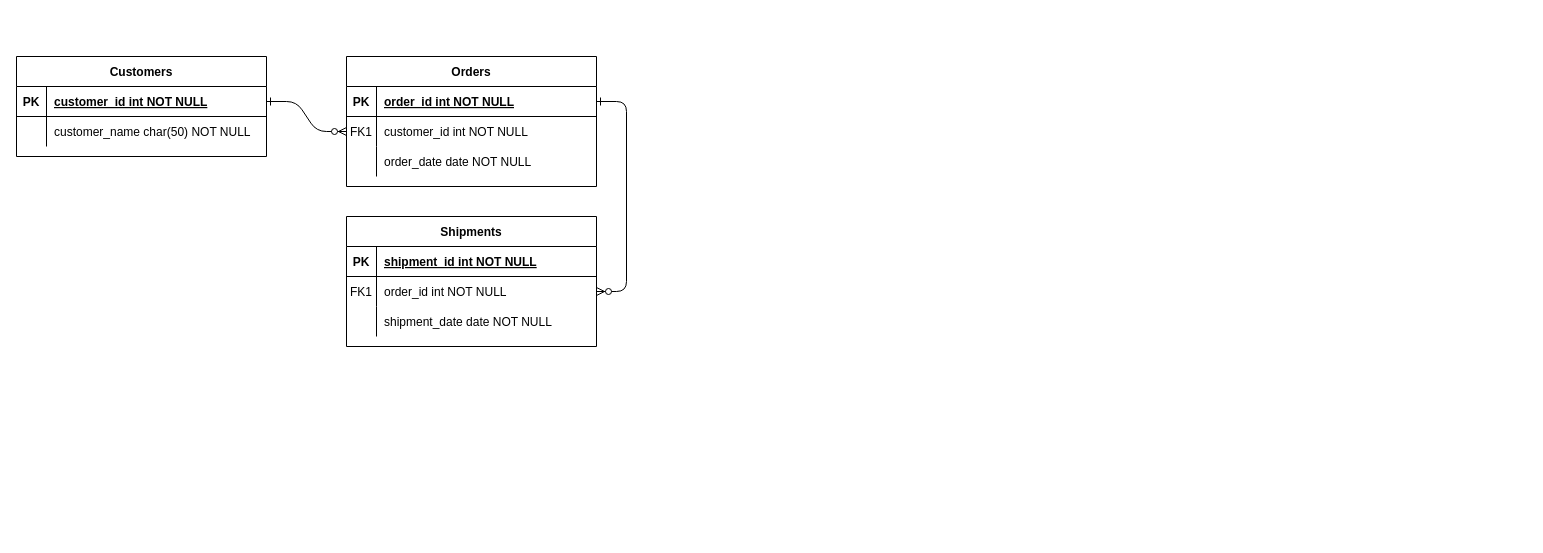
tty128/camp-manage-app keeps this draw.io diagram as Untitled Diagram.drawio. Above is the earlier version. Source tidied: cells renumbered, new cells numbered last; positions are measured from the earlier drawing's top-left corner, leaving out a move shared by most shapes. Both pictures are drawn from the tidied source at 100%, with x=0, y=0 at pixel (16, 56).
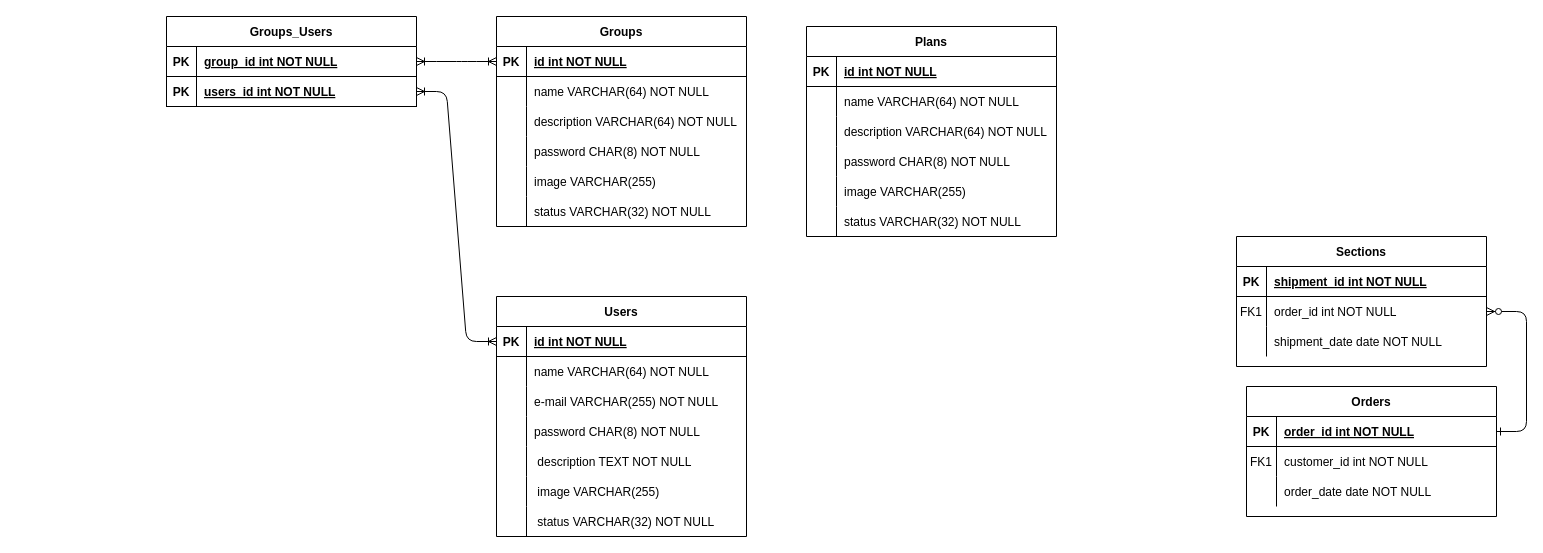
Above is the later version.

The change refers to these unchanged cells:
```xml
<mxCell id="8" style="shape=partialRectangle;fillColor=none;points=[[0,0.5],[1,0.5]];portConstraint=eastwest;top=0;left=0;right=0;bottom=0;" parent="4" vertex="1">
  <mxGeometry y="60" width="250" height="30" as="geometry" />
</mxCell>
<mxCell id="25" style="shape=partialRectangle;fillColor=none;points=[[0,0.5],[1,0.5]];portConstraint=eastwest;top=0;left=0;right=0;bottom=1;" parent="24" vertex="1">
  <mxGeometry y="30" width="250" height="30" as="geometry" />
</mxCell>
<mxCell id="28" style="shape=partialRectangle;fillColor=none;top=0;left=0;right=0;bottom=0;" parent="24" vertex="1">
  <mxGeometry y="60" width="250" height="30" as="geometry" />
</mxCell>
```

The edit, as a diff of the source:
```diff
@@
-    <mxCell id="2" style="edgeStyle=entityRelationEdgeStyle;endArrow=ERzeroToMany;startArrow=ERone;endFill=1;startFill=0;" parent="1" edge="1" source="25" target="8">
-      <mxGeometry relative="1" as="geometry" />
-    </mxCell>
@@
     <mxCell id="4" value="Orders" style="shape=table;startSize=30;childLayout=tableLayout;rowLines=0;fontStyle=1;align=center;" parent="1" vertex="1">
-      <mxGeometry x="330" width="250" height="130" as="geometry" />
+      <mxGeometry x="1230" y="330" width="250" height="130" as="geometry" />
     </mxCell>
@@
-    <mxCell id="14" value="Shipments" style="shape=table;startSize=30;childLayout=tableLayout;rowLines=0;fontStyle=1;align=center;" parent="1" vertex="1">
-      <mxGeometry x="330" y="160" width="250" height="130" as="geometry" />
+    <mxCell id="14" value="Sections" style="shape=table;startSize=30;childLayout=tableLayout;rowLines=0;fontStyle=1;align=center;" parent="1" vertex="1">
+      <mxGeometry x="1220" y="180" width="250" height="130" as="geometry" />
     </mxCell>
@@
-    <mxCell id="24" value="Customers" style="shape=table;startSize=30;childLayout=tableLayout;rowLines=0;fontStyle=1;align=center;" parent="1" vertex="1">
-      <mxGeometry width="250" height="100" as="geometry" />
+    <mxCell id="24" value="Users" style="shape=table;startSize=30;childLayout=tableLayout;rowLines=0;fontStyle=1;align=center;" parent="1" vertex="1">
+      <mxGeometry x="480" y="240" width="250" height="240" as="geometry" />
     </mxCell>
@@
-    <mxCell id="27" value="customer_id int NOT NULL " style="shape=partialRectangle;overflow=hidden;fillColor=none;top=0;left=0;bottom=0;right=0;align=left;spacingLeft=6;fontStyle=5;" parent="25" vertex="1">
+    <mxCell id="27" value="id int NOT NULL" style="shape=partialRectangle;overflow=hidden;fillColor=none;top=0;left=0;bottom=0;right=0;align=left;spacingLeft=6;fontStyle=5;" parent="25" vertex="1">
       <mxGeometry x="30" width="220" height="30" as="geometry" />
     </mxCell>
@@
-    <mxCell id="30" value="customer_name char(50) NOT NULL" style="shape=partialRectangle;overflow=hidden;fillColor=none;top=0;left=0;bottom=0;right=0;align=left;spacingLeft=6;" parent="28" vertex="1">
+    <mxCell id="30" value="name VARCHAR(64) NOT NULL" style="shape=partialRectangle;overflow=hidden;fillColor=none;top=0;left=0;bottom=0;right=0;align=left;spacingLeft=6;" parent="28" vertex="1">
       <mxGeometry x="30" width="220" height="30" as="geometry" />
     </mxCell>
+    <mxCell id="31" style="shape=partialRectangle;fillColor=none;top=0;left=0;right=0;bottom=0;" parent="24" vertex="1">
+      <mxGeometry y="90" width="250" height="30" as="geometry" />
+    </mxCell>
+    <mxCell id="32" style="shape=partialRectangle;overflow=hidden;fillColor=none;top=0;left=0;bottom=0;right=0;" parent="31" vertex="1">
+      <mxGeometry width="30" height="30" as="geometry" />
+    </mxCell>
+    <mxCell id="33" value="e-mail VARCHAR(255) NOT NULL" style="shape=partialRectangle;overflow=hidden;fillColor=none;top=0;left=0;bottom=0;right=0;align=left;spacingLeft=6;" parent="31" vertex="1">
+      <mxGeometry x="30" width="220" height="30" as="geometry" />
+    </mxCell>
+    <mxCell id="34" style="shape=partialRectangle;fillColor=none;top=0;left=0;right=0;bottom=0;" parent="24" vertex="1">
+      <mxGeometry y="120" width="250" height="30" as="geometry" />
+    </mxCell>
+    <mxCell id="35" style="shape=partialRectangle;overflow=hidden;fillColor=none;top=0;left=0;bottom=0;right=0;" parent="34" vertex="1">
+      <mxGeometry width="30" height="30" as="geometry" />
+    </mxCell>
+    <mxCell id="36" value="password CHAR(8) NOT NULL" style="shape=partialRectangle;overflow=hidden;fillColor=none;top=0;left=0;bottom=0;right=0;align=left;spacingLeft=6;" parent="34" vertex="1">
+      <mxGeometry x="30" width="220" height="30" as="geometry" />
+    </mxCell>
+    <mxCell id="37" style="shape=partialRectangle;fillColor=none;top=0;left=0;right=0;bottom=0;" parent="24" vertex="1">
+      <mxGeometry y="150" width="250" height="30" as="geometry" />
+    </mxCell>
+    <mxCell id="38" style="shape=partialRectangle;overflow=hidden;fillColor=none;top=0;left=0;bottom=0;right=0;" parent="37" vertex="1">
+      <mxGeometry width="30" height="30" as="geometry" />
+    </mxCell>
+    <mxCell id="39" value=" description TEXT NOT NULL" style="shape=partialRectangle;overflow=hidden;fillColor=none;top=0;left=0;bottom=0;right=0;align=left;spacingLeft=6;" parent="37" vertex="1">
+      <mxGeometry x="30" width="220" height="30" as="geometry" />
+    </mxCell>
+    <mxCell id="40" style="shape=partialRectangle;fillColor=none;top=0;left=0;right=0;bottom=0;" parent="24" vertex="1">
+      <mxGeometry y="180" width="250" height="30" as="geometry" />
+    </mxCell>
+    <mxCell id="41" style="shape=partialRectangle;overflow=hidden;fillColor=none;top=0;left=0;bottom=0;right=0;" parent="40" vertex="1">
+      <mxGeometry width="30" height="30" as="geometry" />
+    </mxCell>
+    <mxCell id="42" value=" image VARCHAR(255) " style="shape=partialRectangle;overflow=hidden;fillColor=none;top=0;left=0;bottom=0;right=0;align=left;spacingLeft=6;" parent="40" vertex="1">
+      <mxGeometry x="30" width="220" height="30" as="geometry" />
+    </mxCell>
+    <mxCell id="43" style="shape=partialRectangle;fillColor=none;top=0;left=0;right=0;bottom=0;" parent="24" vertex="1">
+      <mxGeometry y="210" width="250" height="30" as="geometry" />
+    </mxCell>
+    <mxCell id="44" style="shape=partialRectangle;overflow=hidden;fillColor=none;top=0;left=0;bottom=0;right=0;" parent="43" vertex="1">
+      <mxGeometry width="30" height="30" as="geometry" />
+    </mxCell>
+    <mxCell id="45" value=" status VARCHAR(32) NOT NULL" style="shape=partialRectangle;overflow=hidden;fillColor=none;top=0;left=0;bottom=0;right=0;align=left;spacingLeft=6;" parent="43" vertex="1">
+      <mxGeometry x="30" width="220" height="30" as="geometry" />
+    </mxCell>
+    <mxCell id="46" value="Groups" style="shape=table;startSize=30;childLayout=tableLayout;rowLines=0;fontStyle=1;align=center;" parent="1" vertex="1">
+      <mxGeometry x="480" y="-40" width="250" height="210" as="geometry" />
+    </mxCell>
+    <mxCell id="47" style="shape=partialRectangle;fillColor=none;points=[[0,0.5],[1,0.5]];portConstraint=eastwest;top=0;left=0;right=0;bottom=1;" parent="46" vertex="1">
+      <mxGeometry y="30" width="250" height="30" as="geometry" />
+    </mxCell>
+    <mxCell id="48" value="PK" style="shape=partialRectangle;overflow=hidden;fillColor=none;top=0;left=0;bottom=0;right=0;fontStyle=1;" parent="47" vertex="1">
+      <mxGeometry width="30" height="30" as="geometry" />
+    </mxCell>
+    <mxCell id="49" value="id int NOT NULL" style="shape=partialRectangle;overflow=hidden;fillColor=none;top=0;left=0;bottom=0;right=0;align=left;spacingLeft=6;fontStyle=5;" parent="47" vertex="1">
+      <mxGeometry x="30" width="220" height="30" as="geometry" />
+    </mxCell>
+    <mxCell id="50" style="shape=partialRectangle;fillColor=none;top=0;left=0;right=0;bottom=0;" parent="46" vertex="1">
+      <mxGeometry y="60" width="250" height="30" as="geometry" />
+    </mxCell>
+    <mxCell id="51" style="shape=partialRectangle;overflow=hidden;fillColor=none;top=0;left=0;bottom=0;right=0;" parent="50" vertex="1">
+      <mxGeometry width="30" height="30" as="geometry" />
+    </mxCell>
+    <mxCell id="52" value="name VARCHAR(64) NOT NULL" style="shape=partialRectangle;overflow=hidden;fillColor=none;top=0;left=0;bottom=0;right=0;align=left;spacingLeft=6;" parent="50" vertex="1">
+      <mxGeometry x="30" width="220" height="30" as="geometry" />
+    </mxCell>
+    <mxCell id="53" style="shape=partialRectangle;fillColor=none;top=0;left=0;right=0;bottom=0;" parent="46" vertex="1">
+      <mxGeometry y="90" width="250" height="30" as="geometry" />
+    </mxCell>
+    <mxCell id="54" style="shape=partialRectangle;overflow=hidden;fillColor=none;top=0;left=0;bottom=0;right=0;" parent="53" vertex="1">
+      <mxGeometry width="30" height="30" as="geometry" />
+    </mxCell>
+    <mxCell id="55" value="description VARCHAR(64) NOT NULL" style="shape=partialRectangle;overflow=hidden;fillColor=none;top=0;left=0;bottom=0;right=0;align=left;spacingLeft=6;" parent="53" vertex="1">
+      <mxGeometry x="30" width="220" height="30" as="geometry" />
+    </mxCell>
+    <mxCell id="56" style="shape=partialRectangle;fillColor=none;top=0;left=0;right=0;bottom=0;" parent="46" vertex="1">
+      <mxGeometry y="120" width="250" height="30" as="geometry" />
+    </mxCell>
+    <mxCell id="57" style="shape=partialRectangle;overflow=hidden;fillColor=none;top=0;left=0;bottom=0;right=0;" parent="56" vertex="1">
+      <mxGeometry width="30" height="30" as="geometry" />
+    </mxCell>
+    <mxCell id="58" value="password CHAR(8) NOT NULL" style="shape=partialRectangle;overflow=hidden;fillColor=none;top=0;left=0;bottom=0;right=0;align=left;spacingLeft=6;" parent="56" vertex="1">
+      <mxGeometry x="30" width="220" height="30" as="geometry" />
+    </mxCell>
+    <mxCell id="59" style="shape=partialRectangle;fillColor=none;top=0;left=0;right=0;bottom=0;" parent="46" vertex="1">
+      <mxGeometry y="150" width="250" height="30" as="geometry" />
+    </mxCell>
+    <mxCell id="60" style="shape=partialRectangle;overflow=hidden;fillColor=none;top=0;left=0;bottom=0;right=0;" parent="59" vertex="1">
+      <mxGeometry width="30" height="30" as="geometry" />
+    </mxCell>
+    <mxCell id="61" value="image VARCHAR(255)" style="shape=partialRectangle;overflow=hidden;fillColor=none;top=0;left=0;bottom=0;right=0;align=left;spacingLeft=6;" parent="59" vertex="1">
+      <mxGeometry x="30" width="220" height="30" as="geometry" />
+    </mxCell>
+    <mxCell id="62" style="shape=partialRectangle;fillColor=none;top=0;left=0;right=0;bottom=0;" parent="46" vertex="1">
+      <mxGeometry y="180" width="250" height="30" as="geometry" />
+    </mxCell>
+    <mxCell id="63" style="shape=partialRectangle;overflow=hidden;fillColor=none;top=0;left=0;bottom=0;right=0;" parent="62" vertex="1">
+      <mxGeometry width="30" height="30" as="geometry" />
+    </mxCell>
+    <mxCell id="64" value="status VARCHAR(32) NOT NULL" style="shape=partialRectangle;overflow=hidden;fillColor=none;top=0;left=0;bottom=0;right=0;align=left;spacingLeft=6;" parent="62" vertex="1">
+      <mxGeometry x="30" width="220" height="30" as="geometry" />
+    </mxCell>
+    <mxCell id="65" value="Groups_Users" style="shape=table;startSize=30;childLayout=tableLayout;rowLines=0;fontStyle=1;align=center;" parent="1" vertex="1">
+      <mxGeometry x="150" y="-40" width="250" height="90" as="geometry" />
+    </mxCell>
+    <mxCell id="66" style="shape=partialRectangle;fillColor=none;points=[[0,0.5],[1,0.5]];portConstraint=eastwest;top=0;left=0;right=0;bottom=1;" parent="65" vertex="1">
+      <mxGeometry y="30" width="250" height="30" as="geometry" />
+    </mxCell>
+    <mxCell id="67" value="PK" style="shape=partialRectangle;overflow=hidden;fillColor=none;top=0;left=0;bottom=0;right=0;fontStyle=1;" parent="66" vertex="1">
+      <mxGeometry width="30" height="30" as="geometry" />
+    </mxCell>
+    <mxCell id="68" value="group_id int NOT NULL" style="shape=partialRectangle;overflow=hidden;fillColor=none;top=0;left=0;bottom=0;right=0;align=left;spacingLeft=6;fontStyle=5;" parent="66" vertex="1">
+      <mxGeometry x="30" width="220" height="30" as="geometry" />
+    </mxCell>
+    <mxCell id="69" style="shape=partialRectangle;fillColor=none;points=[[0,0.5],[1,0.5]];portConstraint=eastwest;top=0;left=0;right=0;bottom=1;" parent="65" vertex="1">
+      <mxGeometry y="60" width="250" height="30" as="geometry" />
+    </mxCell>
+    <mxCell id="70" value="PK" style="shape=partialRectangle;overflow=hidden;fillColor=none;top=0;left=0;bottom=0;right=0;fontStyle=1;" parent="69" vertex="1">
+      <mxGeometry width="30" height="30" as="geometry" />
+    </mxCell>
+    <mxCell id="71" value="users_id int NOT NULL" style="shape=partialRectangle;overflow=hidden;fillColor=none;top=0;left=0;bottom=0;right=0;align=left;spacingLeft=6;fontStyle=5;" parent="69" vertex="1">
+      <mxGeometry x="30" width="220" height="30" as="geometry" />
+    </mxCell>
+    <mxCell id="72" style="edgeStyle=entityRelationEdgeStyle;fontSize=12;html=1;endArrow=ERoneToMany;startArrow=ERoneToMany;entryX=0;entryY=0.5;entryDx=0;entryDy=0;exitX=1;exitY=0.5;exitDx=0;exitDy=0;" parent="1" edge="1" source="66" target="47">
+      <mxGeometry relative="1" as="geometry" />
+    </mxCell>
+    <mxCell id="73" style="edgeStyle=entityRelationEdgeStyle;fontSize=12;html=1;endArrow=ERoneToMany;startArrow=ERoneToMany;entryX=0;entryY=0.5;entryDx=0;entryDy=0;exitX=1;exitY=0.5;exitDx=0;exitDy=0;" parent="1" edge="1" source="69" target="25">
+      <mxGeometry relative="1" as="geometry" />
+    </mxCell>
+    <mxCell id="74" value="Plans" style="shape=table;startSize=30;childLayout=tableLayout;rowLines=0;fontStyle=1;align=center;" parent="1" vertex="1">
+      <mxGeometry x="790" y="-30" width="250" height="210" as="geometry" />
+    </mxCell>
+    <mxCell id="75" style="shape=partialRectangle;fillColor=none;top=0;left=0;right=0;bottom=1;" parent="74" vertex="1">
+      <mxGeometry y="30" width="250" height="30" as="geometry" />
+    </mxCell>
+    <mxCell id="76" value="PK" style="shape=partialRectangle;overflow=hidden;fillColor=none;top=0;left=0;bottom=0;right=0;fontStyle=1;" parent="75" vertex="1">
+      <mxGeometry width="30" height="30" as="geometry" />
+    </mxCell>
+    <mxCell id="77" value="id int NOT NULL" style="shape=partialRectangle;overflow=hidden;fillColor=none;top=0;left=0;bottom=0;right=0;align=left;spacingLeft=6;fontStyle=5;" parent="75" vertex="1">
+      <mxGeometry x="30" width="220" height="30" as="geometry" />
+    </mxCell>
+    <mxCell id="78" style="shape=partialRectangle;fillColor=none;top=0;left=0;right=0;bottom=0;" parent="74" vertex="1">
+      <mxGeometry y="60" width="250" height="30" as="geometry" />
+    </mxCell>
+    <mxCell id="79" style="shape=partialRectangle;overflow=hidden;fillColor=none;top=0;left=0;bottom=0;right=0;" parent="78" vertex="1">
+      <mxGeometry width="30" height="30" as="geometry" />
+    </mxCell>
+    <mxCell id="80" value="name VARCHAR(64) NOT NULL" style="shape=partialRectangle;overflow=hidden;fillColor=none;top=0;left=0;bottom=0;right=0;align=left;spacingLeft=6;" parent="78" vertex="1">
+      <mxGeometry x="30" width="220" height="30" as="geometry" />
+    </mxCell>
+    <mxCell id="81" style="shape=partialRectangle;fillColor=none;top=0;left=0;right=0;bottom=0;" parent="74" vertex="1">
+      <mxGeometry y="90" width="250" height="30" as="geometry" />
+    </mxCell>
+    <mxCell id="82" style="shape=partialRectangle;overflow=hidden;fillColor=none;top=0;left=0;bottom=0;right=0;" parent="81" vertex="1">
+      <mxGeometry width="30" height="30" as="geometry" />
+    </mxCell>
+    <mxCell id="83" value="description VARCHAR(64) NOT NULL" style="shape=partialRectangle;overflow=hidden;fillColor=none;top=0;left=0;bottom=0;right=0;align=left;spacingLeft=6;" parent="81" vertex="1">
+      <mxGeometry x="30" width="220" height="30" as="geometry" />
+    </mxCell>
+    <mxCell id="84" style="shape=partialRectangle;fillColor=none;top=0;left=0;right=0;bottom=0;" parent="74" vertex="1">
+      <mxGeometry y="120" width="250" height="30" as="geometry" />
+    </mxCell>
+    <mxCell id="85" style="shape=partialRectangle;overflow=hidden;fillColor=none;top=0;left=0;bottom=0;right=0;" parent="84" vertex="1">
+      <mxGeometry width="30" height="30" as="geometry" />
+    </mxCell>
+    <mxCell id="86" value="password CHAR(8) NOT NULL" style="shape=partialRectangle;overflow=hidden;fillColor=none;top=0;left=0;bottom=0;right=0;align=left;spacingLeft=6;" parent="84" vertex="1">
+      <mxGeometry x="30" width="220" height="30" as="geometry" />
+    </mxCell>
+    <mxCell id="87" style="shape=partialRectangle;fillColor=none;top=0;left=0;right=0;bottom=0;" parent="74" vertex="1">
+      <mxGeometry y="150" width="250" height="30" as="geometry" />
+    </mxCell>
+    <mxCell id="88" style="shape=partialRectangle;overflow=hidden;fillColor=none;top=0;left=0;bottom=0;right=0;" parent="87" vertex="1">
+      <mxGeometry width="30" height="30" as="geometry" />
+    </mxCell>
+    <mxCell id="89" value="image VARCHAR(255)" style="shape=partialRectangle;overflow=hidden;fillColor=none;top=0;left=0;bottom=0;right=0;align=left;spacingLeft=6;" parent="87" vertex="1">
+      <mxGeometry x="30" width="220" height="30" as="geometry" />
+    </mxCell>
+    <mxCell id="90" style="shape=partialRectangle;fillColor=none;top=0;left=0;right=0;bottom=0;" parent="74" vertex="1">
+      <mxGeometry y="180" width="250" height="30" as="geometry" />
+    </mxCell>
+    <mxCell id="91" style="shape=partialRectangle;overflow=hidden;fillColor=none;top=0;left=0;bottom=0;right=0;" parent="90" vertex="1">
+      <mxGeometry width="30" height="30" as="geometry" />
+    </mxCell>
+    <mxCell id="92" value="status VARCHAR(32) NOT NULL" style="shape=partialRectangle;overflow=hidden;fillColor=none;top=0;left=0;bottom=0;right=0;align=left;spacingLeft=6;" parent="90" vertex="1">
+      <mxGeometry x="30" width="220" height="30" as="geometry" />
+    </mxCell>
```
